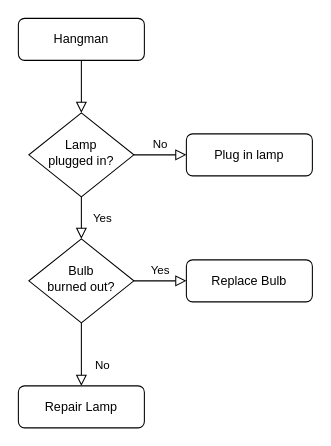
This is Untitled Diagram.drawio from GirishJoshi124/Girish_rep, a draw.io file, before an edit. Source tidied: cells renumbered, new cells numbered last; positions are measured from the earlier drawing's top-left corner, leaving out a move shared by most shapes. Both pictures are drawn from the tidied source at 105%, with x=0, y=0 at pixel (18, 18).
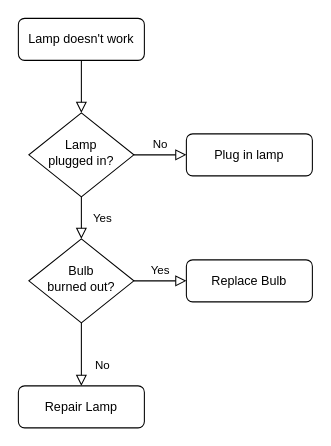
The same diagram, later.

The edit, as a diff of the source:
```diff
@@
 <mxGraphModel>
   <root>
     <mxCell id="0" />
     <mxCell id="1" parent="0" />
     <mxCell id="2" style="rounded=0;html=1;jettySize=auto;fontSize=11;endArrow=block;endFill=0;endSize=8;strokeWidth=1;shadow=0;labelBackgroundColor=none;edgeStyle=orthogonalEdgeStyle;" parent="1" edge="1" source="3" target="6">
       <mxGeometry relative="1" as="geometry" />
     </mxCell>
-    <mxCell id="3" value="Hangman" style="rounded=1;whiteSpace=wrap;html=1;fontSize=12;glass=0;strokeWidth=1;shadow=0;" parent="1" vertex="1">
+    <mxCell id="3" value="Lamp doesn't work" style="rounded=1;whiteSpace=wrap;html=1;fontSize=12;glass=0;strokeWidth=1;shadow=0;" parent="1" vertex="1">
       <mxGeometry width="120" height="40" as="geometry" />
     </mxCell>
     <mxCell id="4" value="Yes" style="rounded=0;html=1;jettySize=auto;fontSize=11;endArrow=block;endFill=0;endSize=8;strokeWidth=1;shadow=0;labelBackgroundColor=none;edgeStyle=orthogonalEdgeStyle;" parent="1" edge="1" source="6" target="10">
       <mxGeometry y="20" relative="1" as="geometry" />
     </mxCell>
     <mxCell id="5" value="No" style="edgeStyle=orthogonalEdgeStyle;rounded=0;html=1;jettySize=auto;fontSize=11;endArrow=block;endFill=0;endSize=8;strokeWidth=1;shadow=0;labelBackgroundColor=none;" parent="1" edge="1" source="6" target="7">
       <mxGeometry y="10" relative="1" as="geometry" />
     </mxCell>
     <mxCell id="6" value="Lamp&lt;br&gt;plugged in?" style="rhombus;whiteSpace=wrap;html=1;shadow=0;fontFamily=Helvetica;fontSize=12;align=center;strokeWidth=1;spacing=6;spacingTop=-4;" parent="1" vertex="1">
       <mxGeometry x="10" y="90" width="100" height="80" as="geometry" />
     </mxCell>
     <mxCell id="7" value="Plug in lamp" style="rounded=1;whiteSpace=wrap;html=1;fontSize=12;glass=0;strokeWidth=1;shadow=0;" parent="1" vertex="1">
       <mxGeometry x="160" y="110" width="120" height="40" as="geometry" />
     </mxCell>
     <mxCell id="8" value="No" style="rounded=0;html=1;jettySize=auto;fontSize=11;endArrow=block;endFill=0;endSize=8;strokeWidth=1;shadow=0;labelBackgroundColor=none;edgeStyle=orthogonalEdgeStyle;" parent="1" edge="1" source="10" target="11">
       <mxGeometry x="0.33" y="20" relative="1" as="geometry" />
     </mxCell>
     <mxCell id="9" value="Yes" style="edgeStyle=orthogonalEdgeStyle;rounded=0;html=1;jettySize=auto;fontSize=11;endArrow=block;endFill=0;endSize=8;strokeWidth=1;shadow=0;labelBackgroundColor=none;" parent="1" edge="1" source="10" target="12">
       <mxGeometry y="10" relative="1" as="geometry" />
     </mxCell>
     <mxCell id="10" value="Bulb&lt;br&gt;burned out?" style="rhombus;whiteSpace=wrap;html=1;shadow=0;fontFamily=Helvetica;fontSize=12;align=center;strokeWidth=1;spacing=6;spacingTop=-4;" parent="1" vertex="1">
       <mxGeometry x="10" y="210" width="100" height="80" as="geometry" />
     </mxCell>
     <mxCell id="11" value="Repair Lamp" style="rounded=1;whiteSpace=wrap;html=1;fontSize=12;glass=0;strokeWidth=1;shadow=0;" parent="1" vertex="1">
       <mxGeometry y="350" width="120" height="40" as="geometry" />
     </mxCell>
     <mxCell id="12" value="Replace Bulb" style="rounded=1;whiteSpace=wrap;html=1;fontSize=12;glass=0;strokeWidth=1;shadow=0;" parent="1" vertex="1">
       <mxGeometry x="160" y="230" width="120" height="40" as="geometry" />
     </mxCell>
   </root>
 </mxGraphModel>
```
